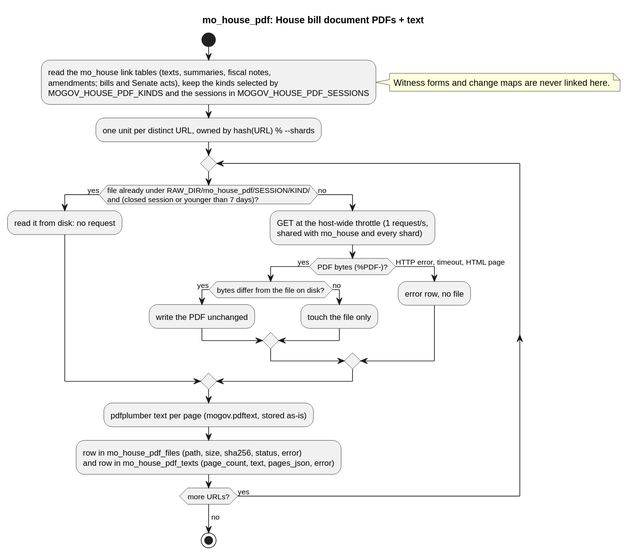
Above: docs/diagrams/sources/mo_house_pdf.svg in akettmann/missouri_gov_feed (PlantUML), before the change. Its source is kept beside it as docs/diagrams/sources/mo_house_pdf.puml. Source of this version:
```plantuml
@startuml mo_house_pdf
title mo_house_pdf: House bill document PDFs + text
start
:read the mo_house link tables (texts, summaries, fiscal notes,
amendments; bills and Senate acts), keep the kinds selected by
MOGOV_HOUSE_PDF_KINDS and the sessions in MOGOV_HOUSE_PDF_SESSIONS;
note right
  Witness forms and change maps are never linked here.
end note
:one unit per distinct URL, owned by hash(URL) % --shards;
repeat
  if (file already under RAW_DIR/mo_house_pdf/SESSION/KIND/\nand (closed session or younger than 7 days)?) then (yes)
    :read it from disk: no request;
  else (no)
    :GET at the host-wide throttle (1 request/s,
    shared with mo_house and every shard);
    if (PDF bytes (%PDF-)?) then (yes)
      if (bytes differ from the file on disk?) then (yes)
        :write the PDF unchanged;
      else (no)
        :touch the file only;
      endif
    else (HTTP error, timeout, HTML page)
      :error row, no file;
    endif
  endif
  :pdfplumber text per page (mogov.pdftext, stored as-is);
  :row in mo_house_pdf_files (path, size, sha256, status, error)
  and row in mo_house_pdf_texts (page_count, text, pages_json, error);
repeat while (more URLs?) is (yes)
->no;
stop
@enduml
```
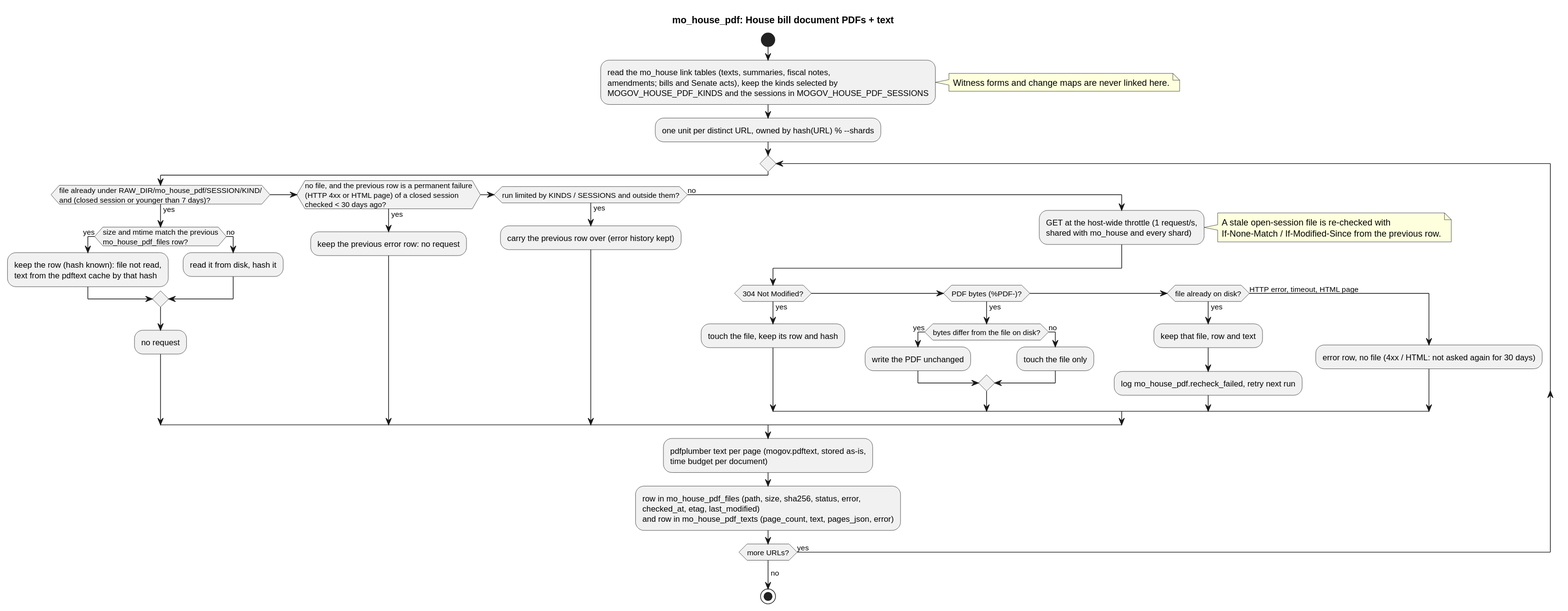
After the commit.

Commit message:
mo_house_pdf: negative cache, skip re-hashing, conditional GETs, kept error history, bounded pdftext (#631)

Diff of the diagram source:
```diff
@@ -9,23 +9,48 @@
 end note
 :one unit per distinct URL, owned by hash(URL) % --shards;
 repeat
-  if (file already under RAW_DIR/mo_house_pdf/SESSION/KIND/\nand (closed session or younger than 7 days)?) then (yes)
-    :read it from disk: no request;
+  if (file already under RAW_DIR/mo_house_pdf/SESSION/KIND/
+and (closed session or younger than 7 days)?) then (yes)
+    if (size and mtime match the previous
+mo_house_pdf_files row?) then (yes)
+      :keep the row (hash known): file not read,
+      text from the pdftext cache by that hash;
+    else (no)
+      :read it from disk, hash it;
+    endif
+    :no request;
+  elseif (no file, and the previous row is a permanent failure
+(HTTP 4xx or HTML page) of a closed session
+checked < 30 days ago?) then (yes)
+    :keep the previous error row: no request;
+  elseif (run limited by KINDS / SESSIONS and outside them?) then (yes)
+    :carry the previous row over (error history kept);
   else (no)
     :GET at the host-wide throttle (1 request/s,
     shared with mo_house and every shard);
-    if (PDF bytes (%PDF-)?) then (yes)
+    note right
+      A stale open-session file is re-checked with
+      If-None-Match / If-Modified-Since from the previous row.
+    end note
+    if (304 Not Modified?) then (yes)
+      :touch the file, keep its row and hash;
+    elseif (PDF bytes (%PDF-)?) then (yes)
       if (bytes differ from the file on disk?) then (yes)
         :write the PDF unchanged;
       else (no)
         :touch the file only;
       endif
+    elseif (file already on disk?) then (yes)
+      :keep that file, row and text;
+      :log mo_house_pdf.recheck_failed, retry next run;
     else (HTTP error, timeout, HTML page)
-      :error row, no file;
+      :error row, no file (4xx / HTML: not asked again for 30 days);
     endif
   endif
-  :pdfplumber text per page (mogov.pdftext, stored as-is);
-  :row in mo_house_pdf_files (path, size, sha256, status, error)
+  :pdfplumber text per page (mogov.pdftext, stored as-is,
+  time budget per document);
+  :row in mo_house_pdf_files (path, size, sha256, status, error,
+  checked_at, etag, last_modified)
   and row in mo_house_pdf_texts (page_count, text, pages_json, error);
 repeat while (more URLs?) is (yes)
 ->no;
```
